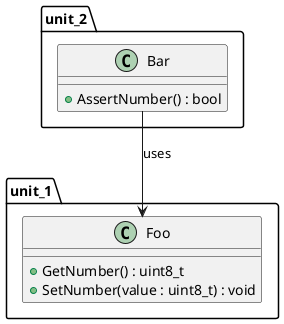
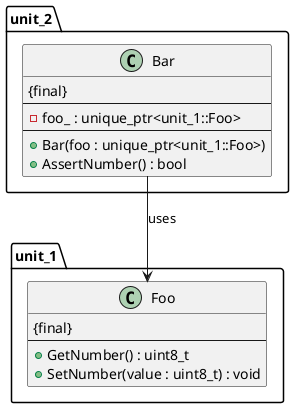
' *******************************************************************************
' Copyright (c) 2026 Contributors to the Eclipse Foundation
'
' See the NOTICE file(s) distributed with this work for additional
' information regarding copyright ownership.
'
' This program and the accompanying materials are made available under the
' terms of the Apache License Version 2.0 which is available at
' https://www.apache.org/licenses/LICENSE-2.0
'
' SPDX-License-Identifier: Apache-2.0
' *******************************************************************************

@startuml unit_2_class_diagram

namespace unit_1 {
    class Foo {
+         {final}
+         --
        + GetNumber() : uint8_t
        + SetNumber(value : uint8_t) : void
    }
}

namespace unit_2 {
    class Bar {
+         {final}
+         --
+         - foo_ : unique_ptr<unit_1::Foo>
+         --
+         + Bar(foo : unique_ptr<unit_1::Foo>)
        + AssertNumber() : bool
    }
}

Bar --> Foo : uses

@enduml
